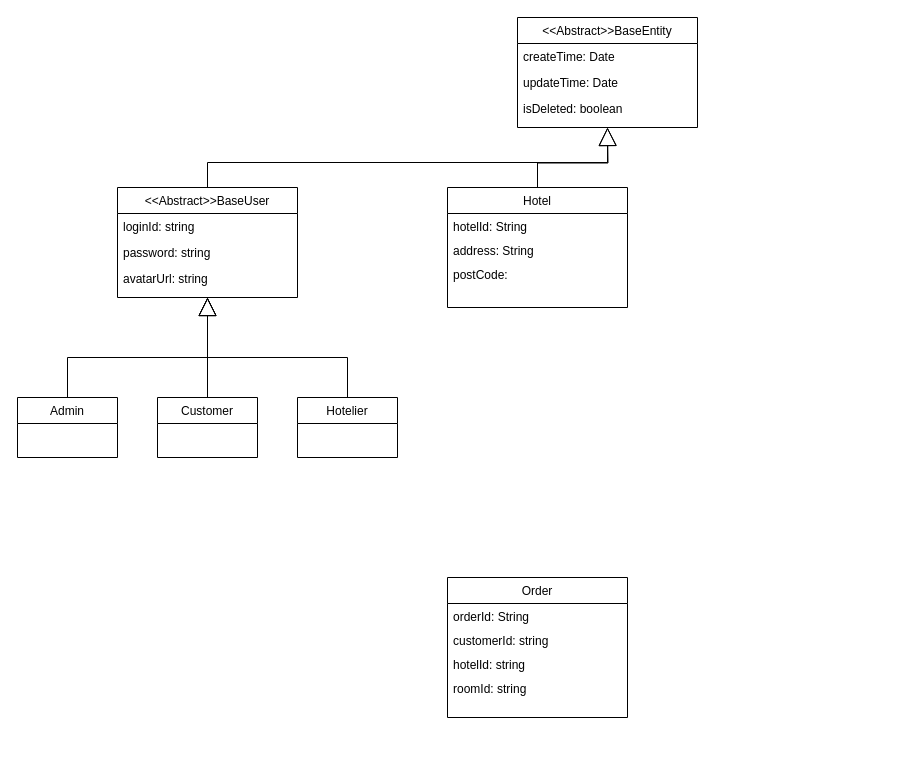
Above: domain.drawio in Blackmesa-Canteen/static-res (draw.io), before the change. Source tidied: cells renumbered, new cells numbered last; positions are measured from the earlier drawing's top-left corner, leaving out a move shared by most shapes. Both pictures are drawn from the tidied source at 100%, with x=0, y=0 at pixel (17, 17).
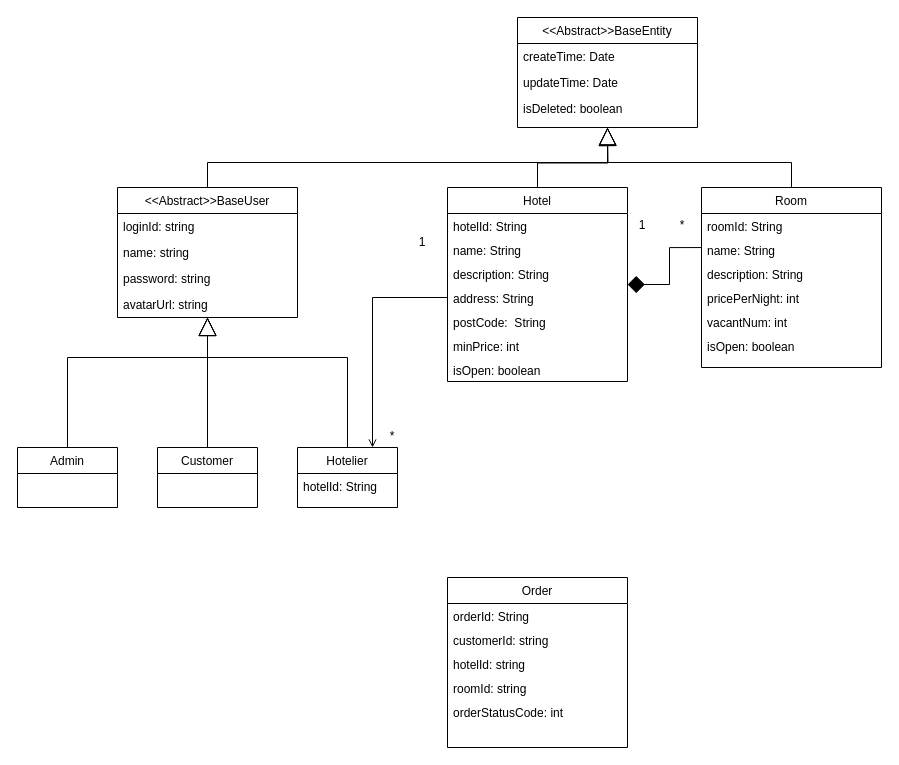
The same page after the edit.

The edit, as a diff of the source:
```diff
@@
     <mxCell id="7" value="&lt;&lt;Abstract&gt;&gt;BaseUser" style="swimlane;fontStyle=0;align=center;verticalAlign=top;horizontal=1;startSize=26;rounded=0;shadow=0;strokeWidth=1;" parent="1" vertex="1">
-      <mxGeometry x="100" y="170" width="180" height="110" as="geometry" />
+      <mxGeometry x="100" y="170" width="180" height="130" as="geometry" />
     </mxCell>
@@
+    <mxCell id="27" value="name: string" style="text;align=left;verticalAlign=top;spacingLeft=4;spacingRight=4;overflow=hidden;" parent="7" vertex="1">
+      <mxGeometry y="52" width="180" height="26" as="geometry" />
+    </mxCell>
     <mxCell id="9" value="password: string" style="text;align=left;verticalAlign=top;spacingLeft=4;spacingRight=4;overflow=hidden;rounded=0;shadow=0;html=0;" parent="7" vertex="1">
-      <mxGeometry y="52" width="180" height="26" as="geometry" />
+      <mxGeometry y="78" width="180" height="26" as="geometry" />
     </mxCell>
     <mxCell id="10" value="avatarUrl: string" style="text;align=left;verticalAlign=top;spacingLeft=4;spacingRight=4;overflow=hidden;rounded=0;shadow=0;html=0;" parent="7" vertex="1">
-      <mxGeometry y="78" width="180" height="26" as="geometry" />
+      <mxGeometry y="104" width="180" height="26" as="geometry" />
     </mxCell>
@@
     <mxCell id="12" value="Admin" style="swimlane;fontStyle=0;align=center;verticalAlign=top;horizontal=1;startSize=26;rounded=0;shadow=0;strokeWidth=1;" parent="1" vertex="1">
-      <mxGeometry y="380" width="100" height="60" as="geometry" />
+      <mxGeometry y="430" width="100" height="60" as="geometry" />
     </mxCell>
     <mxCell id="13" style="edgeStyle=orthogonalEdgeStyle;rounded=0;jettySize=auto;html=1;endArrow=block;endFill=0;endSize=16;strokeWidth=1;" parent="1" edge="1" source="14">
       <mxGeometry relative="1" as="geometry">
-        <mxPoint x="190" y="280" as="targetPoint" />
+        <mxPoint x="190" y="300" as="targetPoint" />
       </mxGeometry>
     </mxCell>
     <mxCell id="14" value="Customer" style="swimlane;fontStyle=0;align=center;verticalAlign=top;horizontal=1;startSize=26;rounded=0;shadow=0;strokeWidth=1;" parent="1" vertex="1">
-      <mxGeometry x="140" y="380" width="100" height="60" as="geometry" />
+      <mxGeometry x="140" y="430" width="100" height="60" as="geometry" />
     </mxCell>
     <mxCell id="15" style="edgeStyle=orthogonalEdgeStyle;rounded=0;jettySize=auto;html=1;endArrow=block;endFill=0;endSize=16;strokeWidth=1;" parent="1" edge="1" source="16">
       <mxGeometry relative="1" as="geometry">
-        <mxPoint x="190" y="280" as="targetPoint" />
+        <mxPoint x="190" y="300" as="targetPoint" />
         <Array as="points">
           <mxPoint x="330" y="340" />
           <mxPoint x="190" y="340" />
         </Array>
       </mxGeometry>
     </mxCell>
+    <mxCell id="28" style="edgeStyle=orthogonalEdgeStyle;rounded=0;jettySize=auto;html=1;entryX=0;entryY=0.5;entryDx=0;entryDy=0;endArrow=none;endFill=0;endSize=10;strokeWidth=1;exitX=0.75;exitY=0;exitDx=0;exitDy=0;startArrow=open;startFill=0;" parent="1" edge="1" source="16" target="25">
+      <mxGeometry relative="1" as="geometry" />
+    </mxCell>
     <mxCell id="16" value="Hotelier" style="swimlane;fontStyle=0;align=center;verticalAlign=top;horizontal=1;startSize=26;rounded=0;shadow=0;strokeWidth=1;" parent="1" vertex="1">
-      <mxGeometry x="280" y="380" width="100" height="60" as="geometry" />
+      <mxGeometry x="280" y="430" width="100" height="60" as="geometry" />
     </mxCell>
+    <mxCell id="29" value="hotelId: String&#10;" style="text;align=left;verticalAlign=top;spacingLeft=4;spacingRight=4;overflow=hidden;" parent="16" vertex="1">
+      <mxGeometry y="26" width="100" height="24" as="geometry" />
+    </mxCell>
     <mxCell id="17" value="Order" style="swimlane;fontStyle=0;align=center;verticalAlign=top;horizontal=1;startSize=26;rounded=0;shadow=0;strokeWidth=1;" parent="1" vertex="1">
-      <mxGeometry x="430" y="560" width="180" height="140" as="geometry" />
+      <mxGeometry x="430" y="560" width="180" height="170" as="geometry" />
     </mxCell>
@@
+    <mxCell id="30" value="orderStatusCode: int" style="text;align=left;verticalAlign=top;spacingLeft=4;spacingRight=4;overflow=hidden;" parent="17" vertex="1">
+      <mxGeometry y="122" width="180" height="24" as="geometry" />
+    </mxCell>
@@
+    <mxCell id="31" style="edgeStyle=orthogonalEdgeStyle;rounded=0;jettySize=auto;html=1;entryX=0.001;entryY=0.419;entryDx=0;entryDy=0;entryPerimeter=0;startArrow=diamond;startFill=1;endArrow=none;endFill=0;endSize=10;strokeWidth=1;targetPerimeterSpacing=0;startSize=15;" parent="1" edge="1" source="23" target="41">
+      <mxGeometry relative="1" as="geometry" />
+    </mxCell>
     <mxCell id="23" value="Hotel" style="swimlane;fontStyle=0;align=center;verticalAlign=top;horizontal=1;startSize=26;rounded=0;shadow=0;strokeWidth=1;" parent="1" vertex="1">
-      <mxGeometry x="430" y="170" width="180" height="120" as="geometry" />
+      <mxGeometry x="430" y="170" width="180" height="194" as="geometry" />
     </mxCell>
@@
+    <mxCell id="32" value="name: String" style="text;align=left;verticalAlign=top;spacingLeft=4;spacingRight=4;overflow=hidden;" parent="23" vertex="1">
+      <mxGeometry y="50" width="180" height="24" as="geometry" />
+    </mxCell>
+    <mxCell id="33" value="description: String" style="text;align=left;verticalAlign=top;spacingLeft=4;spacingRight=4;overflow=hidden;" parent="23" vertex="1">
+      <mxGeometry y="74" width="180" height="24" as="geometry" />
+    </mxCell>
     <mxCell id="25" value="address: String" style="text;align=left;verticalAlign=top;spacingLeft=4;spacingRight=4;overflow=hidden;points=[[0,0.5],[1,0.5]];portConstraint=eastwest;" parent="23" vertex="1">
-      <mxGeometry y="50" width="180" height="24" as="geometry" />
+      <mxGeometry y="98" width="180" height="24" as="geometry" />
     </mxCell>
-    <mxCell id="26" value="postCode: " style="text;align=left;verticalAlign=top;spacingLeft=4;spacingRight=4;overflow=hidden;" parent="23" vertex="1">
-      <mxGeometry y="74" width="180" height="24" as="geometry" />
+    <mxCell id="26" value="postCode:  String" style="text;align=left;verticalAlign=top;spacingLeft=4;spacingRight=4;overflow=hidden;" parent="23" vertex="1">
+      <mxGeometry y="122" width="180" height="24" as="geometry" />
     </mxCell>
+    <mxCell id="34" value="minPrice: int" style="text;align=left;verticalAlign=top;spacingLeft=4;spacingRight=4;overflow=hidden;" parent="23" vertex="1">
+      <mxGeometry y="146" width="180" height="24" as="geometry" />
+    </mxCell>
+    <mxCell id="35" value="isOpen: boolean" style="text;align=left;verticalAlign=top;spacingLeft=4;spacingRight=4;overflow=hidden;" parent="23" vertex="1">
+      <mxGeometry y="170" width="180" height="24" as="geometry" />
+    </mxCell>
+    <mxCell id="36" value="1" style="text;html=1;strokeColor=none;fillColor=none;align=center;verticalAlign=middle;whiteSpace=wrap;rounded=0;" parent="1" vertex="1">
+      <mxGeometry x="380" y="216.5" width="50" height="17" as="geometry" />
+    </mxCell>
+    <mxCell id="37" value="*" style="text;html=1;strokeColor=none;fillColor=none;align=center;verticalAlign=middle;whiteSpace=wrap;rounded=0;" parent="1" vertex="1">
+      <mxGeometry x="350" y="410" width="50" height="17" as="geometry" />
+    </mxCell>
+    <mxCell id="38" style="edgeStyle=orthogonalEdgeStyle;rounded=0;jettySize=auto;html=1;startArrow=none;startFill=0;endArrow=block;endFill=0;startSize=15;endSize=15;targetPerimeterSpacing=0;strokeWidth=1;" parent="1" edge="1" source="39">
+      <mxGeometry relative="1" as="geometry">
+        <mxPoint x="590" y="110" as="targetPoint" />
+        <Array as="points">
+          <mxPoint x="774" y="145" />
+          <mxPoint x="590" y="145" />
+        </Array>
+      </mxGeometry>
+    </mxCell>
+    <mxCell id="39" value="Room" style="swimlane;fontStyle=0;align=center;verticalAlign=top;horizontal=1;startSize=26;rounded=0;shadow=0;strokeWidth=1;" parent="1" vertex="1">
+      <mxGeometry x="684" y="170" width="180" height="180" as="geometry" />
+    </mxCell>
+    <mxCell id="40" value="roomId: String&#10;" style="text;align=left;verticalAlign=top;spacingLeft=4;spacingRight=4;overflow=hidden;" parent="39" vertex="1">
+      <mxGeometry y="26" width="180" height="24" as="geometry" />
+    </mxCell>
+    <mxCell id="41" value="name: String" style="text;align=left;verticalAlign=top;spacingLeft=4;spacingRight=4;overflow=hidden;points=[[0,0.5],[1,0.5]];portConstraint=eastwest;" parent="39" vertex="1">
+      <mxGeometry y="50" width="180" height="24" as="geometry" />
+    </mxCell>
+    <mxCell id="42" value="description: String" style="text;align=left;verticalAlign=top;spacingLeft=4;spacingRight=4;overflow=hidden;" parent="39" vertex="1">
+      <mxGeometry y="74" width="180" height="24" as="geometry" />
+    </mxCell>
+    <mxCell id="43" value="pricePerNight: int" style="text;align=left;verticalAlign=top;spacingLeft=4;spacingRight=4;overflow=hidden;" parent="39" vertex="1">
+      <mxGeometry y="98" width="180" height="24" as="geometry" />
+    </mxCell>
+    <mxCell id="44" value="vacantNum: int" style="text;align=left;verticalAlign=top;spacingLeft=4;spacingRight=4;overflow=hidden;" parent="39" vertex="1">
+      <mxGeometry y="122" width="180" height="24" as="geometry" />
+    </mxCell>
+    <mxCell id="45" value="isOpen: boolean" style="text;align=left;verticalAlign=top;spacingLeft=4;spacingRight=4;overflow=hidden;" parent="39" vertex="1">
+      <mxGeometry y="146" width="180" height="24" as="geometry" />
+    </mxCell>
+    <mxCell id="46" value="1" style="text;html=1;strokeColor=none;fillColor=none;align=center;verticalAlign=middle;whiteSpace=wrap;rounded=0;" parent="1" vertex="1">
+      <mxGeometry x="610" y="199.5" width="30" height="17" as="geometry" />
+    </mxCell>
+    <mxCell id="47" value="*" style="text;html=1;strokeColor=none;fillColor=none;align=center;verticalAlign=middle;whiteSpace=wrap;rounded=0;" parent="1" vertex="1">
+      <mxGeometry x="650" y="199.5" width="30" height="17" as="geometry" />
+    </mxCell>
```
